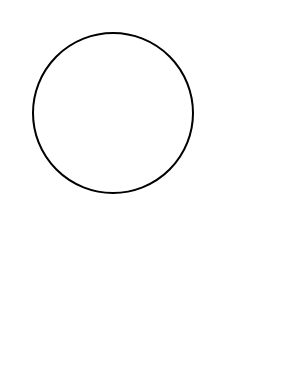
yangchengkai1/draw.io keeps this draw.io diagram as Untitled Diagram.drawio. Above is the earlier version. Source tidied: cells renumbered, new cells numbered last; positions are measured from the earlier drawing's top-left corner, leaving out a move shared by most shapes. Both pictures are drawn from the tidied source at 200%, with x=0, y=0 at pixel (32, 32).
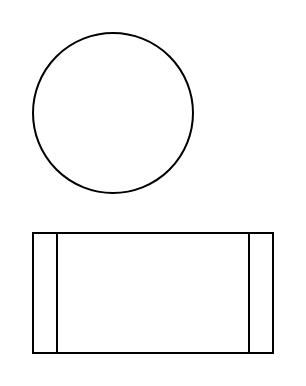
The same page after the edit.

Diff of the diagram source:
```diff
@@
 <mxGraphModel>
   <root>
     <mxCell id="0" />
     <mxCell id="1" parent="0" />
     <mxCell id="2" style="ellipse;whiteSpace=wrap;html=1;" parent="1" vertex="1">
       <mxGeometry width="80" height="80" as="geometry" />
     </mxCell>
+    <mxCell id="3" style="shape=process;whiteSpace=wrap;html=1;backgroundOutline=1;" parent="1" vertex="1">
+      <mxGeometry y="100" width="120" height="60" as="geometry" />
+    </mxCell>
   </root>
 </mxGraphModel>
```
